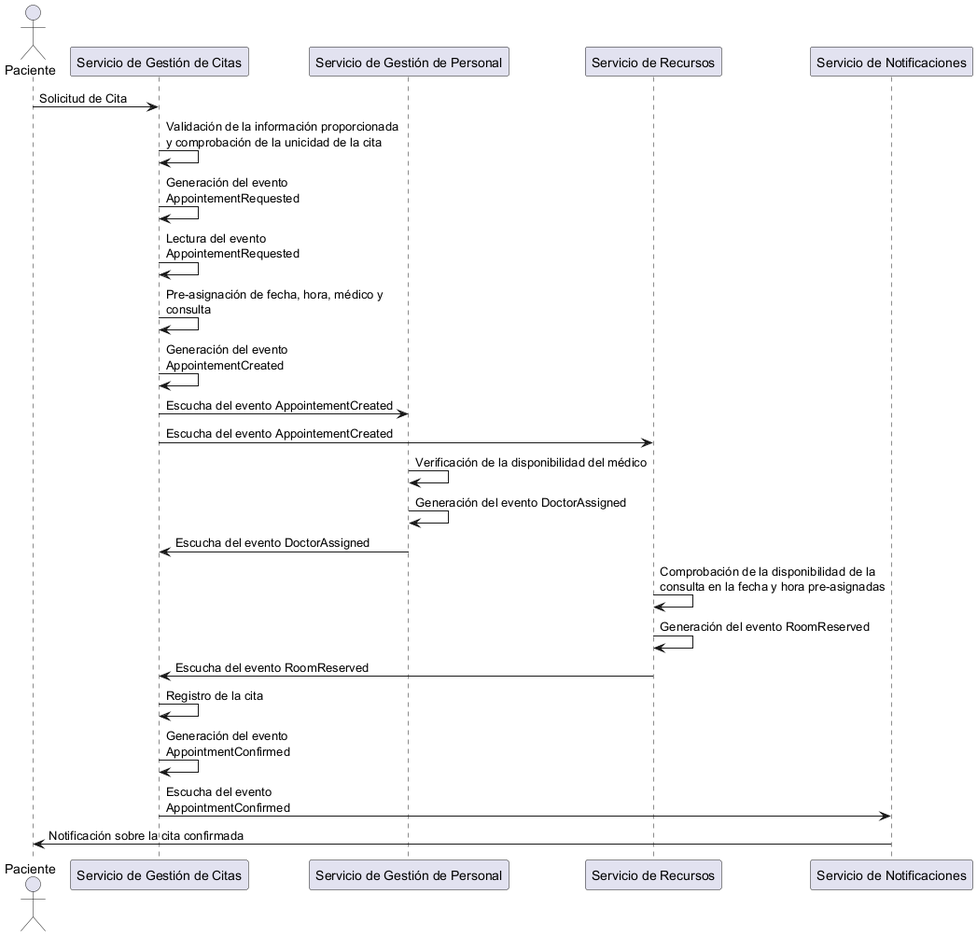
This is Eventos/solicitudCita.png from jggomeztocino/SaludConecta, a PlantUML export, as it was before one commit.
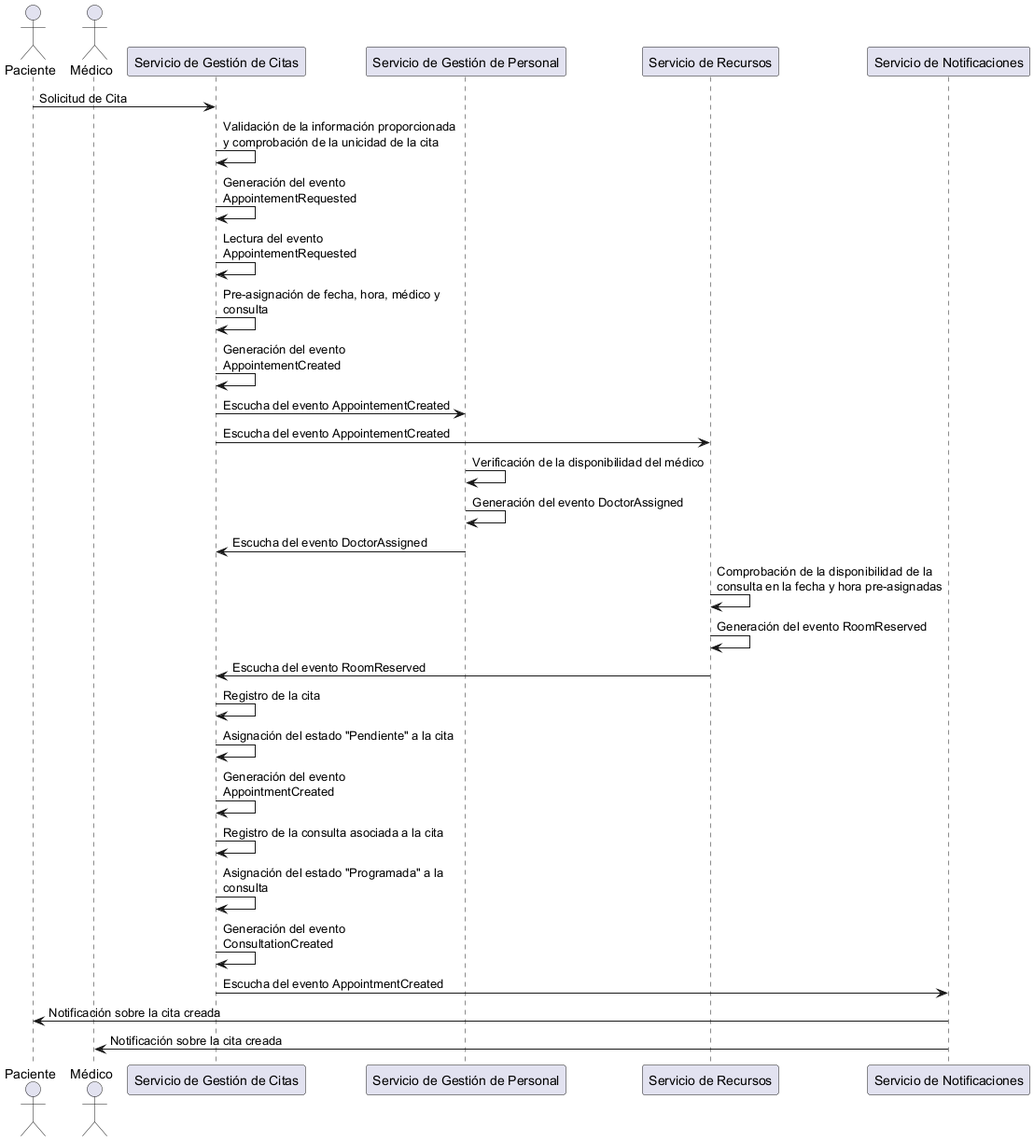
The same diagram one commit later.

Commit message:
regenerated solicitudCita image, according to previous commit

The edit, as a diff of the source:
```diff
@@ -4,6 +4,7 @@
 skinparam maxMessageSize 250
 
 actor "Paciente" as Paciente
+actor "Médico" as Medico
 
 participant "Servicio de Gestión de Citas" as Citas
 participant "Servicio de Gestión de Personal" as Personal
@@ -30,9 +31,14 @@
 Citas <- Recursos : Escucha del evento RoomReserved
 
 Citas -> Citas : Registro de la cita
-Citas -> Citas : Generación del evento AppointmentConfirmed
+Citas -> Citas : Asignación del estado "Pendiente" a la cita
+Citas -> Citas : Generación del evento AppointmentCreated
+Citas -> Citas : Registro de la consulta asociada a la cita
+Citas -> Citas : Asignación del estado "Programada" a la consulta
+Citas -> Citas : Generación del evento ConsultationCreated
 
-Notificaciones <- Citas : Escucha del evento AppointmentConfirmed
-Notificaciones -> Paciente : Notificación sobre la cita confirmada
+Notificaciones <- Citas : Escucha del evento AppointmentCreated
+Notificaciones -> Paciente : Notificación sobre la cita creada
+Notificaciones -> Medico : Notificación sobre la cita creada
 
 @enduml
```
